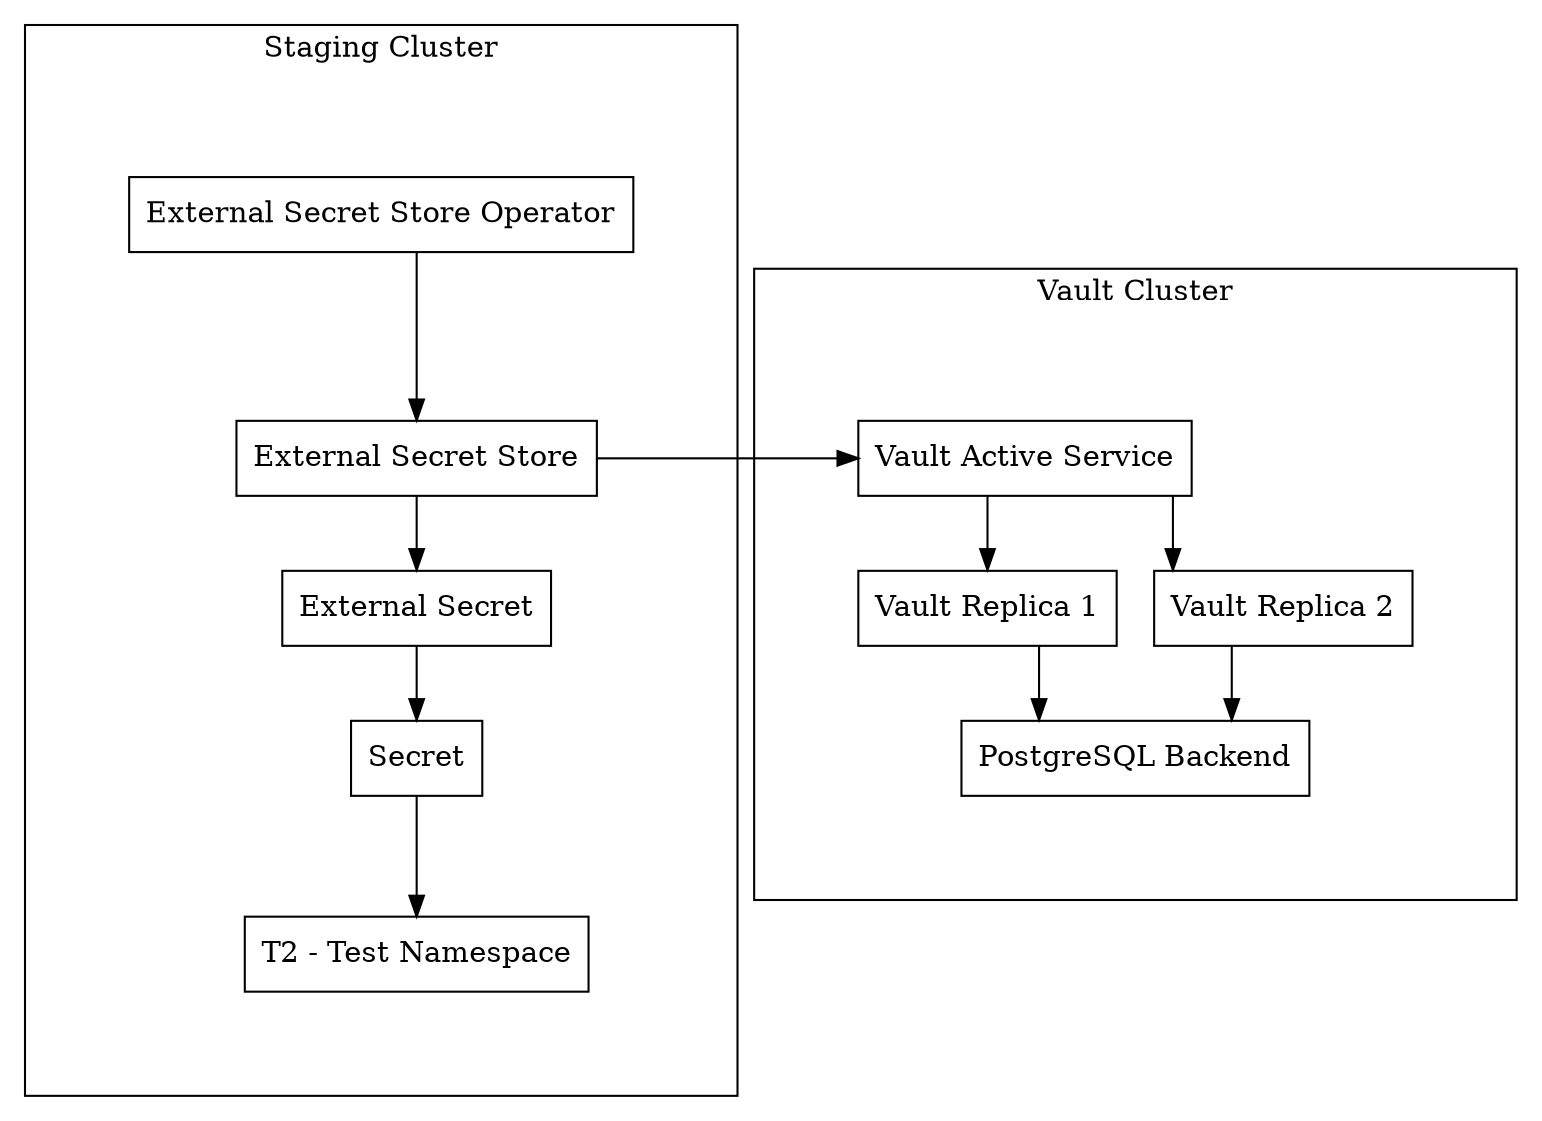
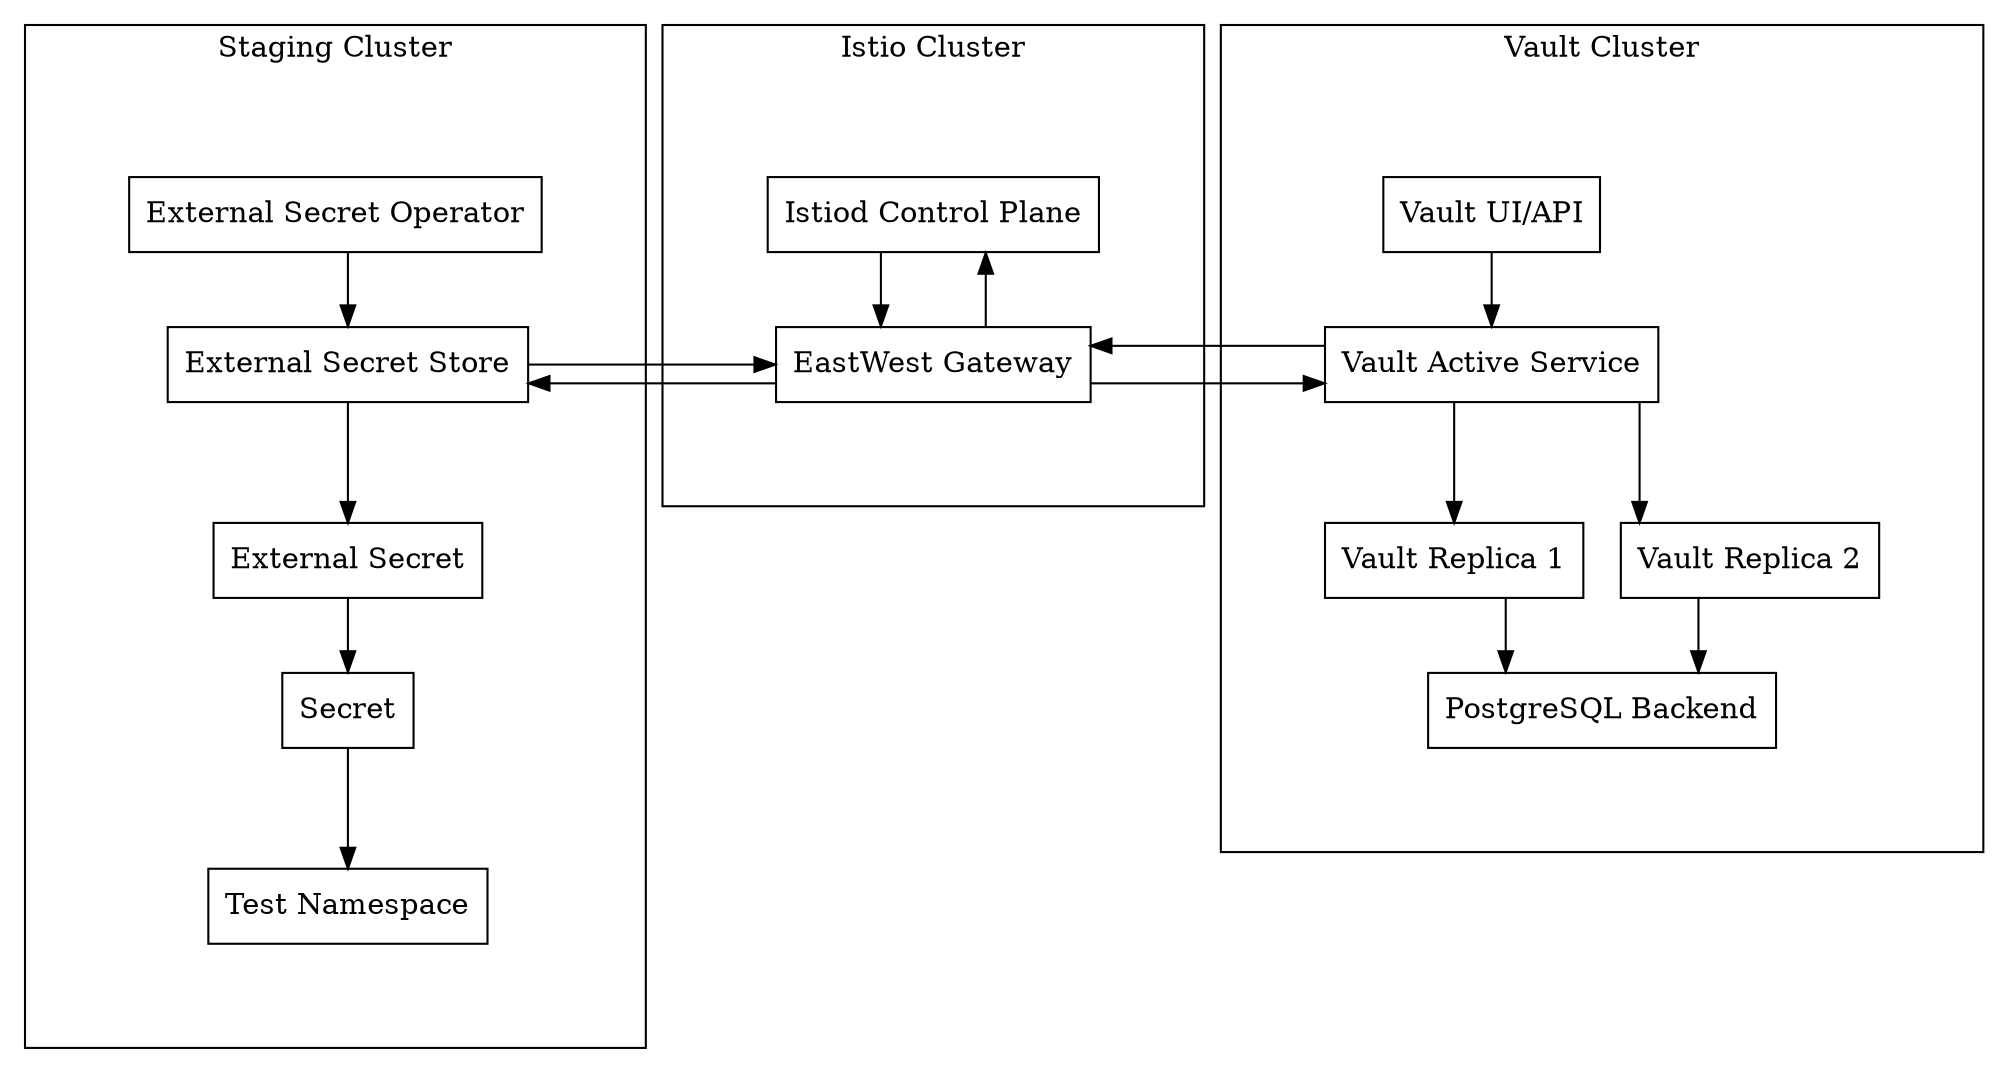
digraph "k8s.vault.integration" {
    rankdir = "TB";
    splines = "ortho";
    node[shape = "rect"]

    newrank = true;
    subgraph "cluster_staging.cloud" {
        label = "Staging Cluster";
        margin = 50;
-         "staging.cloud.t2.ns" [label = "T2 - Test Namespace"];
-         "staging.cloud.t2.secret" [label = "Secret"];
-         "staging.cloud.t2.external_secret" [label = "External Secret"];
-         "staging.cloud.t2.external_secret_store" [label = "External Secret Store"];
-         "staging.cloud.t2.external_secret_store_operator" [label = "External Secret Store Operator"];
+         "staging.cloud.test.ns" [label = "Test Namespace"];
+         "staging.cloud.test.secret" [label = "Secret"];
+         "staging.cloud.test.external_secret" [label = "External Secret"];
+         "staging.cloud.test.external_secret_store" [label = "External Secret Store"];
+         "staging.cloud.test.external_secret_operator" [label = "External Secret Operator"];
    }
    subgraph "cluster_vault.cloud" {
        label = "Vault Cluster";
        margin = 50;
+         "vault.cloud.ui_api" [label = "Vault UI/API"];
        "vault.cloud.active" [label = "Vault Active Service"];
        "vault.cloud.replica.1" [label = "Vault Replica 1"];
        "vault.cloud.replica.2" [label = "Vault Replica 2"];
        "vault.cloud.backend" [label = "PostgreSQL Backend"];
    }
+     subgraph "cluster_istio.cloud" {
+         label = "Istio Cluster";
+         margin = 50;
+         "istio.cloud.istiod" [label = "Istiod Control Plane"];
+         "istio.cloud.eastwest" [label = "EastWest Gateway"];
+     }

-     { rank=same; "staging.cloud.t2.external_secret_store"; "vault.cloud.active"; }
+     { rank=same; "staging.cloud.test.external_secret_store"; "istio.cloud.eastwest"; "vault.cloud.active"; }

+     // Alignment
+     "staging.cloud.test.external_secret_operator" -> "istio.cloud.eastwest" [style = "invis"];
+     "istio.cloud.eastwest" -> "vault.cloud.active" [style = "invis"];
+ 
+     // Staging
+     "staging.cloud.test.external_secret_operator" -> "staging.cloud.test.external_secret_store";
+     "staging.cloud.test.external_secret_store" -> "staging.cloud.test.external_secret";
+     "staging.cloud.test.external_secret" -> "staging.cloud.test.secret";
+     "staging.cloud.test.secret" -> "staging.cloud.test.ns";
+ 
+     // Istio
+     "istio.cloud.istiod" -> "istio.cloud.eastwest";
+     "istio.cloud.eastwest" -> "istio.cloud.istiod";
+ 
+     // Vault
+     "vault.cloud.ui_api" -> "vault.cloud.active";
    "vault.cloud.active" -> "vault.cloud.replica.1";
    "vault.cloud.active" -> "vault.cloud.replica.2";
    "vault.cloud.replica.1" -> "vault.cloud.backend";
    "vault.cloud.replica.2" -> "vault.cloud.backend";

-     "staging.cloud.t2.external_secret_store_operator" -> "staging.cloud.t2.external_secret_store";
-     "staging.cloud.t2.external_secret_store" -> "staging.cloud.t2.external_secret";
- 
-     "staging.cloud.t2.external_secret_store" -> "vault.cloud.active";
- 
-     "staging.cloud.t2.external_secret" -> "staging.cloud.t2.secret";
-     "staging.cloud.t2.secret" -> "staging.cloud.t2.ns";
+     // Connections
+     "staging.cloud.test.external_secret_store" -> "istio.cloud.eastwest";
+     "istio.cloud.eastwest" -> "staging.cloud.test.external_secret_store";
+     "istio.cloud.eastwest" -> "vault.cloud.active";
+     "vault.cloud.active" -> "istio.cloud.eastwest";
}
